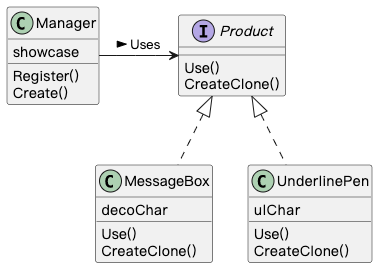
The PlantUML diagram 06_prototype/prototype.png in A11Might/golang-design-pattern, before a commit. Its source is kept beside it as 06_prototype/prototype.puml.
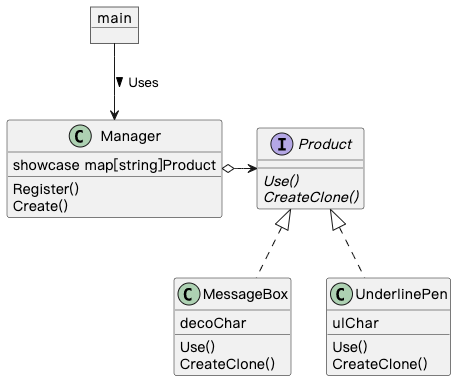
The same file after the commit.

Commit message:
prefect prototype pattern

Change to the diagram source:
```diff
@@ -1,13 +1,14 @@
 @startuml
 
-interface Product {
-    Use()
-    CreateClone()
-}
+object main
 class Manager {
-    showcase
+    showcase map[string]Product
     Register()
     Create()
+}
+interface Product {
+    {abstract}Use()
+    {abstract}CreateClone()
 }
 class MessageBox {
     decoChar
@@ -20,7 +21,8 @@
     CreateClone()
 }
 
-Manager -> Product: Uses >
+main --> Manager: Uses >
+Manager o-> Product
 Product <|.. MessageBox
 Product <|.. UnderlinePen
 
```
